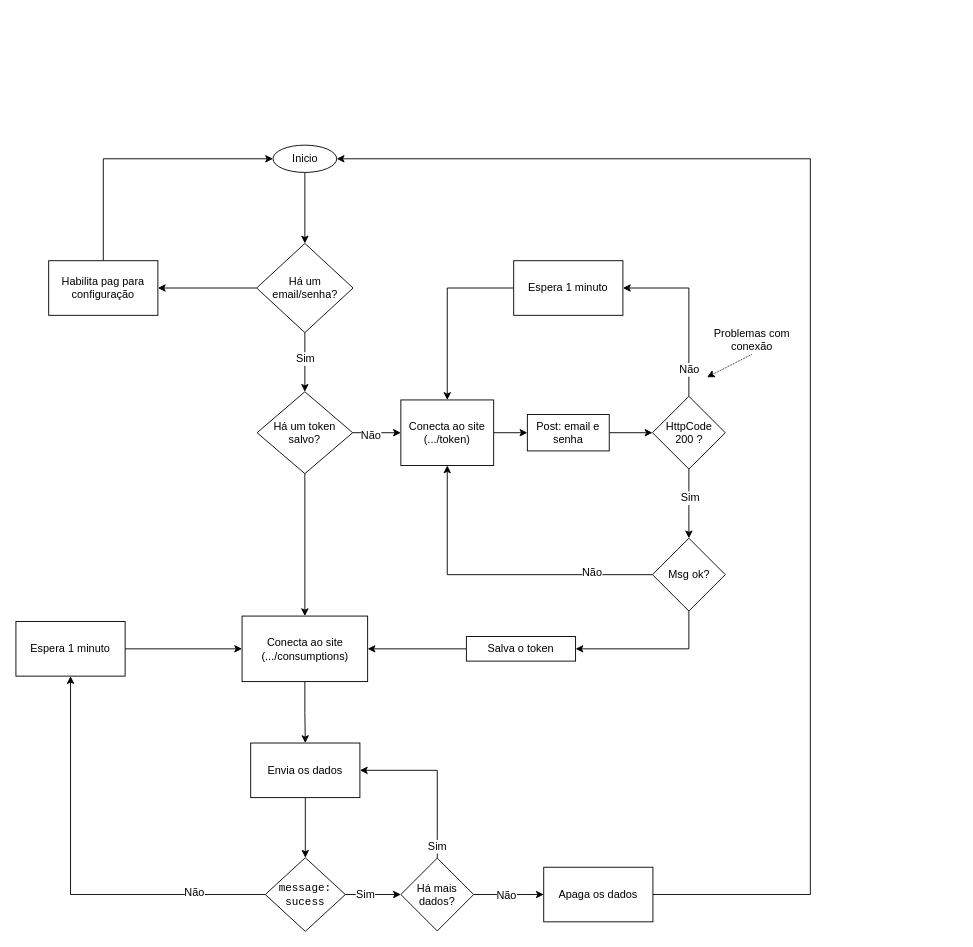
Before: Docs/Controle de envio.drawio in carloskaue/beerdrip, a draw.io diagram. Source tidied: cells renumbered, new cells numbered last; positions are measured from the earlier drawing's top-left corner, leaving out a move shared by most shapes. Both pictures are drawn from the tidied source at 91%, with x=0, y=0 at pixel (15, 145).
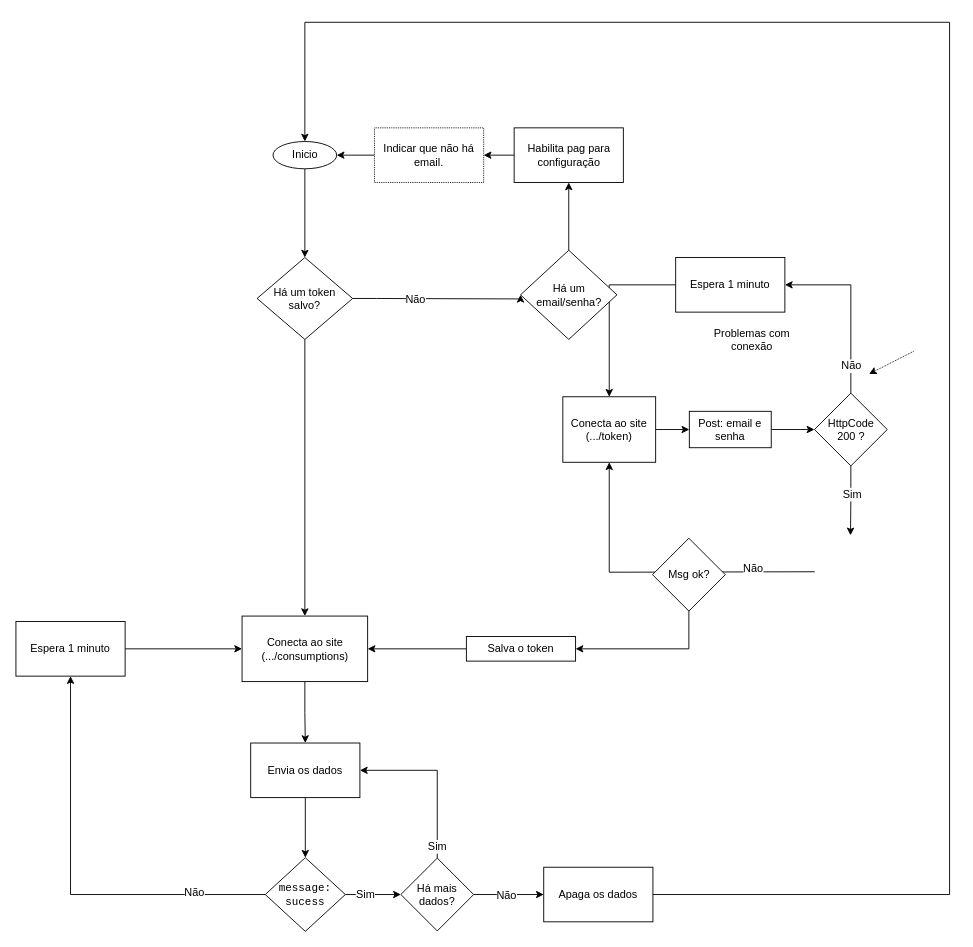
The same page after the edit.

Unchanged cells that the change refers to:
```xml
<mxCell id="19" value="Problemas com conexão" style="text;html=1;strokeColor=none;fillColor=none;align=center;verticalAlign=middle;whiteSpace=wrap;rounded=0;" parent="1" vertex="1">
  <mxGeometry x="758.5" y="197" width="100" height="33" as="geometry" />
</mxCell>
<mxCell id="24" value="Msg ok?" style="rhombus;whiteSpace=wrap;html=1;" parent="1" vertex="1">
  <mxGeometry x="699.5" y="432" width="80" height="80" as="geometry" />
</mxCell>
<mxCell id="28" value="&lt;div&gt;Conecta ao site&lt;/div&gt;&lt;div&gt;(.../consumptions)&lt;/div&gt;" style="rounded=0;whiteSpace=wrap;html=1;" parent="1" vertex="1">
  <mxGeometry x="248.5" y="517.5" width="138" height="72" as="geometry" />
</mxCell>
<mxCell id="50" value="Apaga os dados" style="rounded=0;whiteSpace=wrap;html=1;" parent="1" vertex="1">
  <mxGeometry x="580" y="793.5" width="120" height="60" as="geometry" />
</mxCell>
```

The edit, as a diff of the source:
```diff
@@
-    <mxCell id="2" style="edgeStyle=orthogonalEdgeStyle;rounded=0;jettySize=auto;html=1;entryX=0.5;entryY=0;entryDx=0;entryDy=0;" parent="1" edge="1" source="3" target="32">
-      <mxGeometry relative="1" as="geometry" />
-    </mxCell>
+    <mxCell id="51" style="edgeStyle=orthogonalEdgeStyle;rounded=0;jettySize=auto;html=1;entryX=0.5;entryY=0;entryDx=0;entryDy=0;" parent="1" edge="1" source="3" target="7">
+      <mxGeometry relative="1" as="geometry" />
+    </mxCell>
     <mxCell id="3" value="Inicio" style="ellipse;whiteSpace=wrap;html=1;flipV=0;" parent="1" vertex="1">
-      <mxGeometry x="282.5" width="70" height="30" as="geometry" />
+      <mxGeometry x="282.5" y="-4" width="70" height="30" as="geometry" />
     </mxCell>
-    <mxCell id="4" style="edgeStyle=orthogonalEdgeStyle;rounded=0;jettySize=auto;html=1;entryX=0;entryY=0.5;entryDx=0;entryDy=0;" parent="1" edge="1" source="7" target="9">
-      <mxGeometry relative="1" as="geometry" />
-    </mxCell>
+    <mxCell id="6" style="edgeStyle=orthogonalEdgeStyle;rounded=0;jettySize=auto;html=1;entryX=0.5;entryY=0;entryDx=0;entryDy=0;" parent="1" edge="1" source="7" target="28">
+      <mxGeometry relative="1" as="geometry" />
+    </mxCell>
+    <mxCell id="52" style="edgeStyle=orthogonalEdgeStyle;rounded=0;jettySize=auto;html=1;entryX=0;entryY=0.5;entryDx=0;entryDy=0;" parent="1" edge="1" source="7" target="32">
+      <mxGeometry relative="1" as="geometry">
+        <Array as="points">
+          <mxPoint x="396" y="169" />
+          <mxPoint x="396" y="169" />
+        </Array>
+      </mxGeometry>
+    </mxCell>
-    <mxCell id="5" value="Não" style="text;html=1;align=center;verticalAlign=middle;labelBackgroundColor=#ffffff;" parent="4" vertex="1">
-      <mxGeometry x="-0.28" y="-2" relative="1" as="geometry" />
+    <mxCell id="5" value="Não" style="text;html=1;align=center;verticalAlign=middle;labelBackgroundColor=#ffffff;" parent="52" vertex="1">
+      <mxGeometry x="-0.27" y="-1" relative="1" as="geometry" />
     </mxCell>
-    <mxCell id="6" style="edgeStyle=orthogonalEdgeStyle;rounded=0;jettySize=auto;html=1;entryX=0.5;entryY=0;entryDx=0;entryDy=0;" parent="1" edge="1" source="7" target="28">
-      <mxGeometry relative="1" as="geometry" />
-    </mxCell>
     <mxCell id="7" value="&lt;div&gt;Há um token&lt;/div&gt;&lt;div&gt;salvo?&lt;br&gt;&lt;/div&gt;" style="rhombus;whiteSpace=wrap;html=1;flipV=0;" parent="1" vertex="1">
-      <mxGeometry x="265" y="271" width="105" height="90" as="geometry" />
+      <mxGeometry x="265" y="123.5" width="105" height="90" as="geometry" />
     </mxCell>
@@
     <mxCell id="9" value="&lt;div&gt;Conecta ao site&lt;/div&gt;&lt;div&gt;(.../token)&lt;/div&gt;" style="rounded=0;whiteSpace=wrap;html=1;flipH=0;" parent="1" vertex="1">
-      <mxGeometry x="423" y="280" width="102" height="72" as="geometry" />
+      <mxGeometry x="601" y="276.5" width="102" height="72" as="geometry" />
     </mxCell>
@@
     <mxCell id="11" value="Post: email e senha" style="rounded=0;whiteSpace=wrap;html=1;flipH=0;" parent="1" vertex="1">
-      <mxGeometry x="562" y="296" width="90" height="40" as="geometry" />
+      <mxGeometry x="740" y="292.5" width="90" height="40" as="geometry" />
     </mxCell>
@@
-    <mxCell id="14" style="edgeStyle=orthogonalEdgeStyle;rounded=0;jettySize=auto;html=1;entryX=0.5;entryY=0;entryDx=0;entryDy=0;exitX=0.5;exitY=1;exitDx=0;exitDy=0;" parent="1" edge="1" source="16" target="24">
-      <mxGeometry relative="1" as="geometry" />
+    <mxCell id="14" style="edgeStyle=orthogonalEdgeStyle;rounded=0;jettySize=auto;html=1;entryX=0.5;entryY=0;entryDx=0;entryDy=0;exitX=0.5;exitY=1;exitDx=0;exitDy=0;" parent="1" edge="1" source="16">
+      <mxGeometry relative="1" as="geometry">
+        <mxPoint x="917.1" y="428.8" as="targetPoint" />
+      </mxGeometry>
     </mxCell>
@@
     <mxCell id="16" value="&lt;div&gt;HttpCode&lt;/div&gt;&lt;div&gt;200 ?&lt;br&gt;&lt;/div&gt;" style="rhombus;whiteSpace=wrap;html=1;flipH=0;" parent="1" vertex="1">
-      <mxGeometry x="699.5" y="276" width="80" height="80" as="geometry" />
+      <mxGeometry x="877.5" y="272.5" width="80" height="80" as="geometry" />
     </mxCell>
@@
     <mxCell id="18" value="Espera 1 minuto" style="rounded=0;whiteSpace=wrap;html=1;" parent="1" vertex="1">
-      <mxGeometry x="547" y="127" width="120" height="60" as="geometry" />
+      <mxGeometry x="725" y="123.5" width="120" height="60" as="geometry" />
     </mxCell>
@@
-    <mxCell id="20" style="endArrow=classic;html=1;exitX=0.5;exitY=1;exitDx=0;exitDy=0;dashed=1;dashPattern=1 1;" parent="1" edge="1" source="19">
+    <mxCell id="20" style="endArrow=classic;html=1;exitX=0.5;exitY=1;exitDx=0;exitDy=0;dashed=1;dashPattern=1 1;" parent="1" edge="1">
       <mxGeometry relative="1" as="geometry">
-        <mxPoint x="759.5" y="255" as="targetPoint" />
+        <mxPoint x="986.5" y="226.5" as="sourcePoint" />
+        <mxPoint x="937.5" y="251.5" as="targetPoint" />
       </mxGeometry>
     </mxCell>
-    <mxCell id="21" style="edgeStyle=orthogonalEdgeStyle;rounded=0;jettySize=auto;html=1;entryX=0.5;entryY=1;entryDx=0;entryDy=0;" parent="1" edge="1" source="24" target="9">
-      <mxGeometry relative="1" as="geometry" />
+    <mxCell id="21" style="edgeStyle=orthogonalEdgeStyle;rounded=0;jettySize=auto;html=1;entryX=0.5;entryY=1;entryDx=0;entryDy=0;" parent="1" edge="1" target="9">
+      <mxGeometry relative="1" as="geometry">
+        <mxPoint x="877.8" y="468.8" as="sourcePoint" />
+      </mxGeometry>
     </mxCell>
@@
-    <mxCell id="29" style="edgeStyle=orthogonalEdgeStyle;rounded=0;jettySize=auto;html=1;entryX=0.5;entryY=0;entryDx=0;entryDy=0;" parent="1" edge="1" source="32" target="7">
-      <mxGeometry relative="1" as="geometry">
-        <Array as="points">
-          <mxPoint x="318" y="234" />
-          <mxPoint x="318" y="234" />
-        </Array>
-      </mxGeometry>
-    </mxCell>
-    <mxCell id="30" value="Sim" style="text;html=1;align=center;verticalAlign=middle;labelBackgroundColor=#ffffff;" parent="29" vertex="1">
-      <mxGeometry x="-0.14" y="17" relative="1" as="geometry">
-        <mxPoint x="-17" as="offset" />
-      </mxGeometry>
-    </mxCell>
-    <mxCell id="31" style="edgeStyle=orthogonalEdgeStyle;rounded=0;jettySize=auto;html=1;entryX=1;entryY=0.5;entryDx=0;entryDy=0;" parent="1" edge="1" source="32" target="34">
+    <mxCell id="31" style="edgeStyle=orthogonalEdgeStyle;rounded=0;jettySize=auto;html=1;exitX=0.5;exitY=0;exitDx=0;exitDy=0;entryX=0.5;entryY=1;entryDx=0;entryDy=0;" parent="1" edge="1" source="32" target="34">
       <mxGeometry relative="1" as="geometry" />
     </mxCell>
     <mxCell id="32" value="Há um email/senha?" style="rhombus;whiteSpace=wrap;html=1;flipV=0;" parent="1" vertex="1">
-      <mxGeometry x="264.5" y="108" width="106" height="98" as="geometry" />
+      <mxGeometry x="554.5" y="115.5" width="106" height="98" as="geometry" />
     </mxCell>
-    <mxCell id="33" style="edgeStyle=orthogonalEdgeStyle;rounded=0;jettySize=auto;html=1;entryX=0;entryY=0.5;entryDx=0;entryDy=0;exitX=0.5;exitY=0;exitDx=0;exitDy=0;" parent="1" edge="1" source="34" target="3">
+    <mxCell id="33" style="edgeStyle=orthogonalEdgeStyle;rounded=0;jettySize=auto;html=1;entryX=1;entryY=0.5;entryDx=0;entryDy=0;exitX=0;exitY=0.5;exitDx=0;exitDy=0;" parent="1" edge="1" source="54" target="3">
       <mxGeometry relative="1" as="geometry" />
     </mxCell>
+    <mxCell id="53" style="edgeStyle=orthogonalEdgeStyle;rounded=0;jettySize=auto;html=1;exitX=0;exitY=0.5;exitDx=0;exitDy=0;entryX=1;entryY=0.5;entryDx=0;entryDy=0;" parent="1" edge="1" source="34" target="54">
+      <mxGeometry relative="1" as="geometry" />
+    </mxCell>
     <mxCell id="34" value="Habilita pag para configuração" style="rounded=0;whiteSpace=wrap;html=1;" parent="1" vertex="1">
-      <mxGeometry x="36" y="127" width="120" height="60" as="geometry" />
+      <mxGeometry x="547.5" y="-19" width="120" height="60" as="geometry" />
     </mxCell>
@@
-    <mxCell id="49" style="edgeStyle=orthogonalEdgeStyle;rounded=0;jettySize=auto;html=1;entryX=1;entryY=0.5;entryDx=0;entryDy=0;" parent="1" edge="1" source="50" target="3">
+    <mxCell id="49" style="edgeStyle=orthogonalEdgeStyle;rounded=0;jettySize=auto;html=1;entryX=0.5;entryY=0;entryDx=0;entryDy=0;" parent="1" edge="1" source="50" target="3">
       <mxGeometry relative="1" as="geometry">
         <Array as="points">
-          <mxPoint x="873" y="824" />
-          <mxPoint x="873" y="15" />
+          <mxPoint x="1026" y="824" />
+          <mxPoint x="1026" y="-135" />
+          <mxPoint x="318" y="-135" />
         </Array>
       </mxGeometry>
     </mxCell>
@@
+    <mxCell id="54" value="&lt;div&gt;Indicar que não há&lt;/div&gt;&lt;div&gt;email.&lt;br&gt;&lt;/div&gt;" style="rounded=0;whiteSpace=wrap;html=1;dashed=1;dashPattern=1 1;" parent="1" vertex="1">
+      <mxGeometry x="394" y="-19" width="120" height="60" as="geometry" />
+    </mxCell>
```
